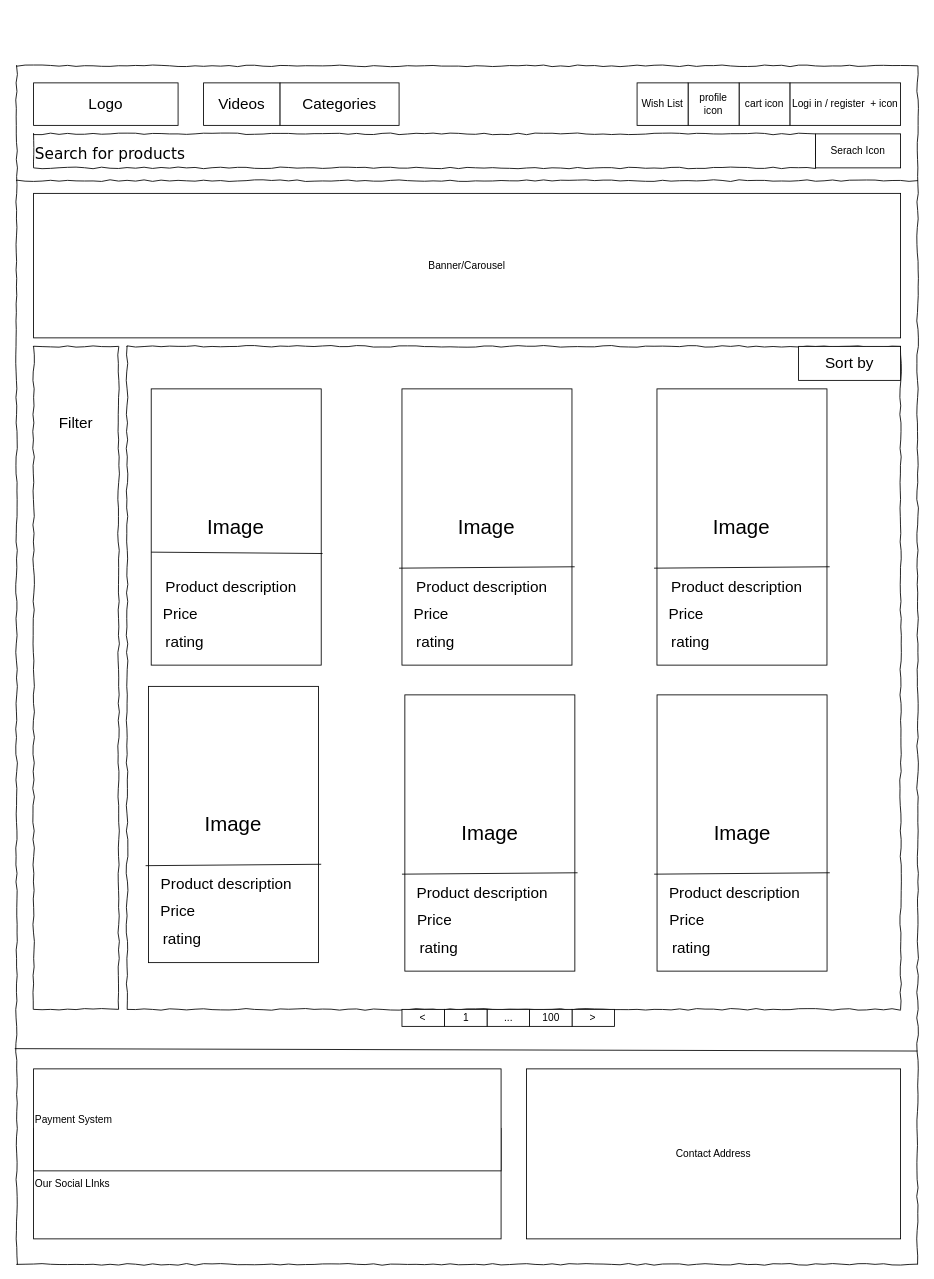
Above: StoryBoards/HomePage.drawio in ARTushar/onlineshop-frontend (draw.io), before the change. Source tidied: cells renumbered, new cells numbered last; positions are measured from the earlier drawing's top-left corner, leaving out a move shared by most shapes. Both pictures are drawn from the tidied source at 85%, with x=0, y=0 at pixel (16, 65).
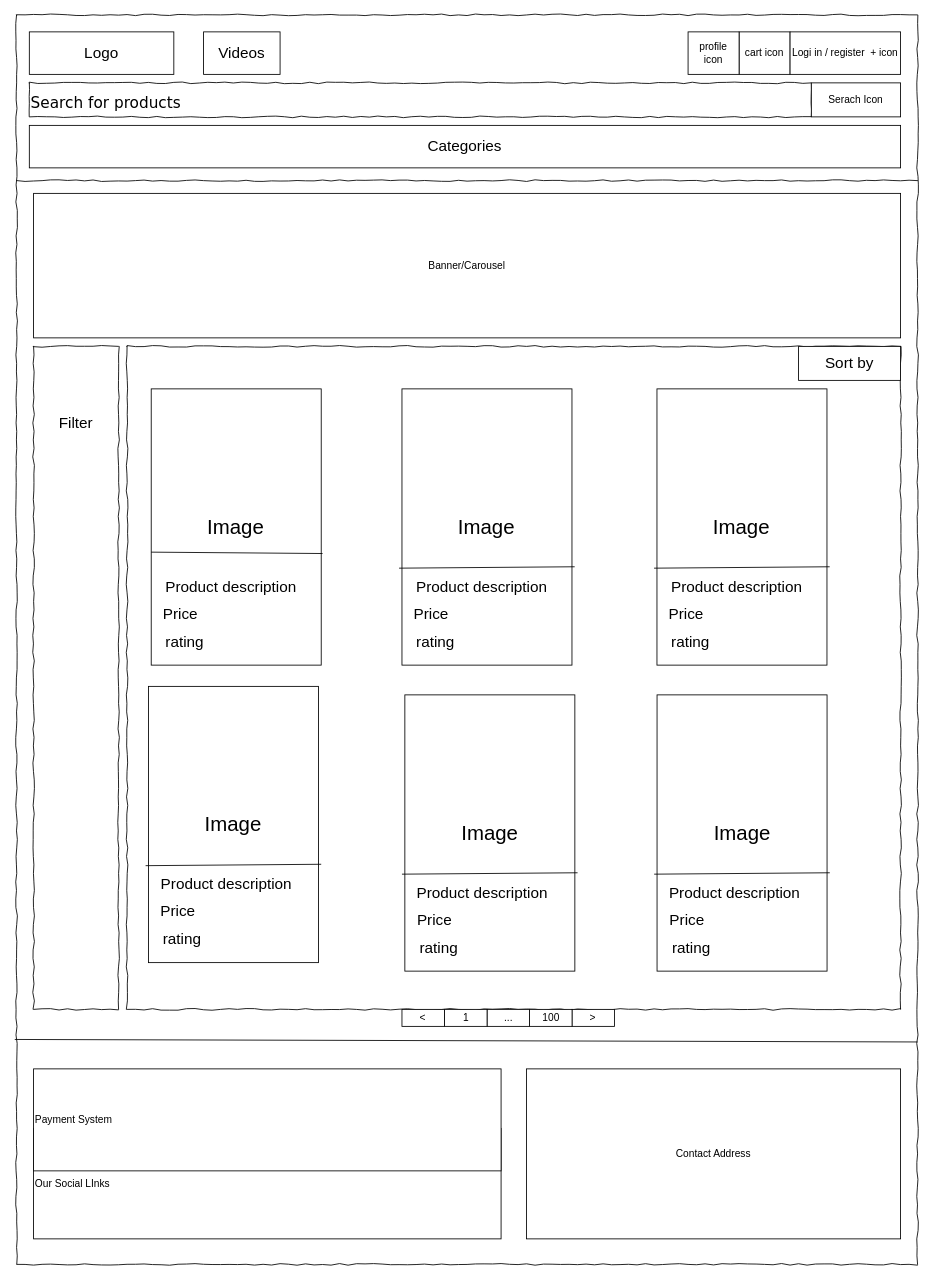
The same page after the edit.

The edit, as a diff of the source:
```diff
@@
     <mxCell id="2" style="whiteSpace=wrap;html=1;rounded=0;shadow=0;labelBackgroundColor=none;strokeColor=#000000;strokeWidth=1;fillColor=none;fontFamily=Verdana;fontSize=12;fontColor=#000000;align=center;comic=1;" parent="1" vertex="1">
-      <mxGeometry width="1060" height="1410" as="geometry" />
+      <mxGeometry y="-60" width="1060" height="1470" as="geometry" />
     </mxCell>
     <mxCell id="3" value="&lt;font style=&quot;vertical-align: inherit ; font-size: 18px&quot;&gt;Search for products&lt;/font&gt;" style="whiteSpace=wrap;html=1;rounded=0;shadow=0;labelBackgroundColor=none;strokeWidth=1;fontFamily=Verdana;fontSize=28;align=left;comic=1;" parent="1" vertex="1">
-      <mxGeometry x="20" y="80" width="920" height="40" as="geometry" />
+      <mxGeometry x="15" y="20" width="920" height="40" as="geometry" />
     </mxCell>
@@
     <mxCell id="6" value="Serach Icon" style="rounded=0;whiteSpace=wrap;html=1;" parent="1" vertex="1">
-      <mxGeometry x="940" y="80" width="100" height="40" as="geometry" />
+      <mxGeometry x="935" y="20" width="105" height="40" as="geometry" />
     </mxCell>
     <mxCell id="7" value="&lt;font style=&quot;font-size: 18px&quot;&gt;Logo&lt;/font&gt;" style="rounded=0;whiteSpace=wrap;html=1;" parent="1" vertex="1">
-      <mxGeometry x="20" y="20" width="170" height="50" as="geometry" />
+      <mxGeometry x="15" y="-40" width="170" height="50" as="geometry" />
     </mxCell>
     <mxCell id="8" value="cart icon" style="rounded=0;whiteSpace=wrap;html=1;" parent="1" vertex="1">
-      <mxGeometry x="850" y="20" width="60" height="50" as="geometry" />
+      <mxGeometry x="850" y="-40" width="60" height="50" as="geometry" />
     </mxCell>
     <mxCell id="9" value="Logi in / register&amp;nbsp; + icon" style="rounded=0;whiteSpace=wrap;html=1;" parent="1" vertex="1">
-      <mxGeometry x="910" y="20" width="130" height="50" as="geometry" />
+      <mxGeometry x="910" y="-40" width="130" height="50" as="geometry" />
     </mxCell>
@@
     <mxCell id="12" value="&lt;font style=&quot;font-size: 18px&quot;&gt;Videos&lt;/font&gt;" style="rounded=0;whiteSpace=wrap;html=1;" parent="1" vertex="1">
-      <mxGeometry x="220" y="20" width="90" height="50" as="geometry" />
+      <mxGeometry x="220" y="-40" width="90" height="50" as="geometry" />
     </mxCell>
     <mxCell id="13" value="profile icon" style="rounded=0;whiteSpace=wrap;html=1;" parent="1" vertex="1">
-      <mxGeometry x="790" y="20" width="60" height="50" as="geometry" />
+      <mxGeometry x="790" y="-40" width="60" height="50" as="geometry" />
     </mxCell>
-    <mxCell id="14" value="Wish List" style="rounded=0;whiteSpace=wrap;html=1;" parent="1" vertex="1">
-      <mxGeometry x="730" y="20" width="60" height="50" as="geometry" />
-    </mxCell>
@@
     <mxCell id="56" value="&lt;font style=&quot;font-size: 18px&quot;&gt;Categories&lt;/font&gt;" style="rounded=0;whiteSpace=wrap;html=1;" parent="1" vertex="1">
-      <mxGeometry x="310" y="20" width="140" height="50" as="geometry" />
+      <mxGeometry x="15" y="70" width="1025" height="50" as="geometry" />
     </mxCell>
```
